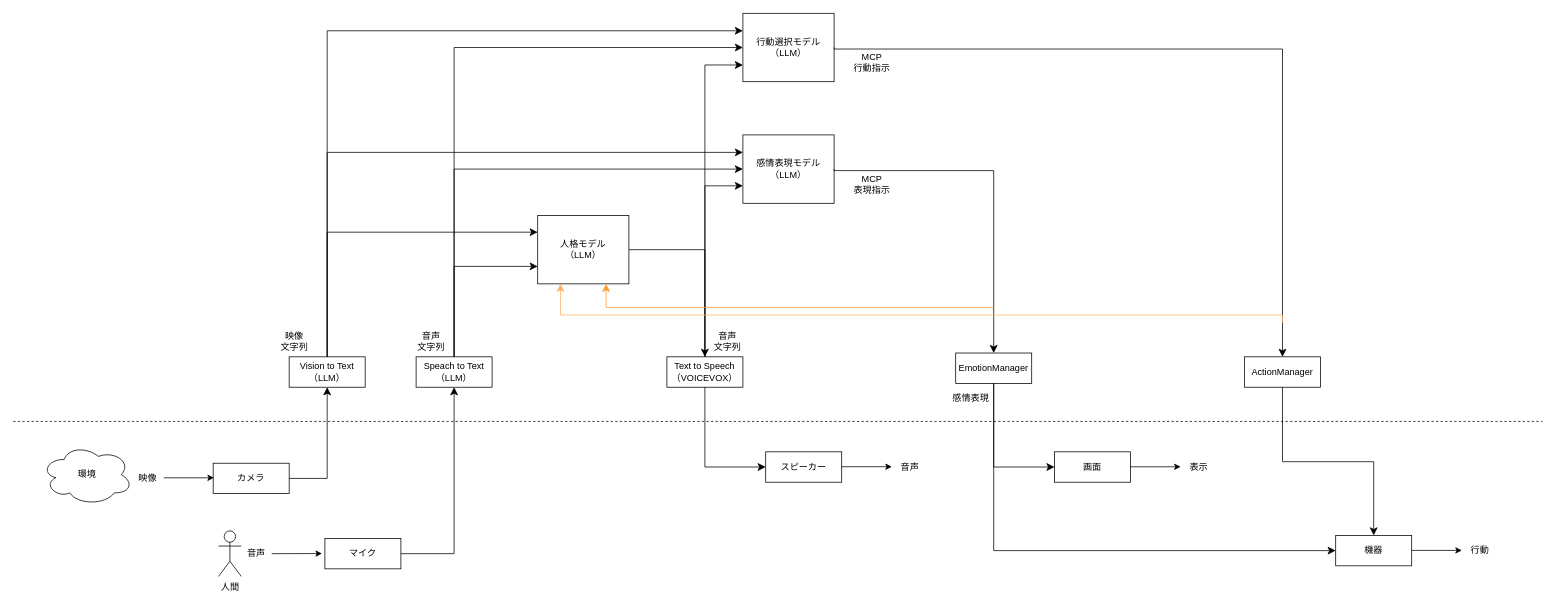
CodeneAria/PersonalityEmulator keeps this draw.io diagram as page "目標" (1 of 2) of document/system/architecture.drawio. Above is the earlier version. Source tidied: cells renumbered, new cells numbered last; positions are measured from the earlier drawing's top-left corner, leaving out a move shared by most shapes. Both pictures are drawn from the tidied source at 76%, with x=0, y=0 at pixel (13, 13).
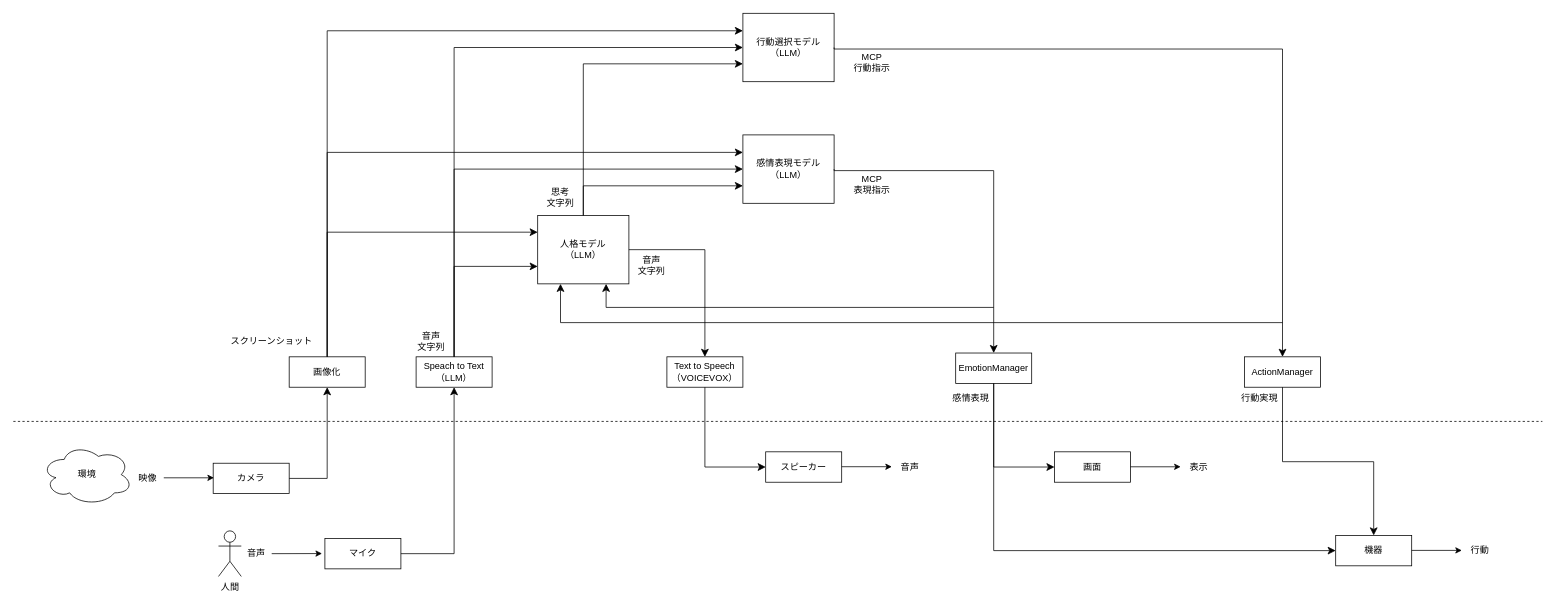
Above is the later version.

Commit message:
Implement feature X to enhance user experience and optimize performance

Unchanged cells that the change refers to:
```xml
<mxCell id="2" value="人格モデル&lt;div&gt;（LLM）&lt;/div&gt;" style="rounded=0;whiteSpace=wrap;html=1;" parent="1" vertex="1">
  <mxGeometry x="690" y="266" width="120" height="90" as="geometry" />
</mxCell>
<mxCell id="13" value="Text to Speech&lt;div&gt;（VOICEVOX）&lt;/div&gt;" style="rounded=0;whiteSpace=wrap;html=1;" parent="1" vertex="1">
  <mxGeometry x="860" y="452" width="100" height="40" as="geometry" />
</mxCell>
<mxCell id="19" value="感情表現モデル&lt;div&gt;（LLM）&lt;/div&gt;" style="rounded=0;whiteSpace=wrap;html=1;" parent="1" vertex="1">
  <mxGeometry x="960" y="160" width="120" height="90" as="geometry" />
</mxCell>
<mxCell id="36" value="行動選択モデル&lt;div&gt;（LLM）&lt;/div&gt;" style="rounded=0;whiteSpace=wrap;html=1;" parent="1" vertex="1">
  <mxGeometry x="960" width="120" height="90" as="geometry" />
</mxCell>
```

Diff of the diagram source:
```diff
@@
     <mxCell id="11" style="edgeStyle=elbowEdgeStyle;elbow=vertical;endArrow=classic;html=1;curved=0;rounded=0;endSize=8;startSize=8;entryX=0.5;entryY=0;entryDx=0;entryDy=0;exitX=1;exitY=0.5;exitDx=0;exitDy=0;" parent="1" edge="1" source="2" target="13">
       <mxGeometry relative="1" as="geometry">
         <Array as="points">
-          <mxPoint x="890" y="311" />
+          <mxPoint x="860" y="311" />
         </Array>
       </mxGeometry>
     </mxCell>
@@
     <mxCell id="14" value="音声&lt;div&gt;文字列&lt;/div&gt;" style="text;html=1;align=center;verticalAlign=middle;whiteSpace=wrap;rounded=0;" parent="1" vertex="1">
-      <mxGeometry x="910" y="417" width="60" height="30" as="geometry" />
+      <mxGeometry x="810" y="317" width="60" height="30" as="geometry" />
     </mxCell>
@@
-    <mxCell id="21" style="edgeStyle=elbowEdgeStyle;elbow=vertical;endArrow=classic;html=1;curved=0;rounded=0;endSize=8;startSize=8;entryX=0;entryY=0.75;entryDx=0;entryDy=0;exitX=0.5;exitY=0;exitDx=0;exitDy=0;" parent="1" edge="1" source="13" target="19">
+    <mxCell id="21" style="edgeStyle=elbowEdgeStyle;elbow=vertical;endArrow=classic;html=1;curved=0;rounded=0;endSize=8;startSize=8;entryX=0;entryY=0.75;entryDx=0;entryDy=0;exitX=0.5;exitY=0;exitDx=0;exitDy=0;" parent="1" edge="1" source="2" target="19">
       <mxGeometry relative="1" as="geometry">
         <Array as="points">
           <mxPoint x="920" y="227" />
         </Array>
       </mxGeometry>
     </mxCell>
@@
-    <mxCell id="37" style="edgeStyle=elbowEdgeStyle;elbow=vertical;endArrow=classic;html=1;curved=0;rounded=0;endSize=8;startSize=8;entryX=0;entryY=0.75;entryDx=0;entryDy=0;exitX=0.5;exitY=0;exitDx=0;exitDy=0;" parent="1" edge="1" source="13" target="36">
+    <mxCell id="37" style="edgeStyle=elbowEdgeStyle;elbow=vertical;endArrow=classic;html=1;curved=0;rounded=0;endSize=8;startSize=8;entryX=0;entryY=0.75;entryDx=0;entryDy=0;exitX=0.5;exitY=0;exitDx=0;exitDy=0;" parent="1" edge="1" source="2">
       <mxGeometry relative="1" as="geometry">
+        <mxPoint x="960" y="66" as="targetPoint" />
         <Array as="points">
-          <mxPoint x="940" y="68" />
+          <mxPoint x="940" y="66.5" />
         </Array>
       </mxGeometry>
     </mxCell>
@@
-    <mxCell id="44" value="Vision to Text&lt;div&gt;（LLM）&lt;/div&gt;" style="rounded=0;whiteSpace=wrap;html=1;" parent="1" vertex="1">
+    <mxCell id="44" value="画像化" style="rounded=0;whiteSpace=wrap;html=1;" parent="1" vertex="1">
       <mxGeometry x="363" y="452" width="100" height="40" as="geometry" />
     </mxCell>
@@
-    <mxCell id="47" value="映像&lt;div&gt;文字列&lt;/div&gt;" style="text;html=1;align=center;verticalAlign=middle;whiteSpace=wrap;rounded=0;" parent="1" vertex="1">
-      <mxGeometry x="340" y="417" width="60" height="30" as="geometry" />
+    <mxCell id="47" value="スクリーンショット" style="text;html=1;align=center;verticalAlign=middle;whiteSpace=wrap;rounded=0;" parent="1" vertex="1">
+      <mxGeometry x="270" y="417" width="140" height="30" as="geometry" />
     </mxCell>
@@
-    <mxCell id="52" style="edgeStyle=elbowEdgeStyle;elbow=vertical;endArrow=classic;html=1;curved=0;rounded=0;endSize=8;startSize=8;entryX=0.75;entryY=1;entryDx=0;entryDy=0;strokeColor=#FF9933;" parent="1" edge="1" target="2">
+    <mxCell id="52" style="edgeStyle=elbowEdgeStyle;elbow=vertical;endArrow=classic;html=1;curved=0;rounded=0;endSize=8;startSize=8;entryX=0.75;entryY=1;entryDx=0;entryDy=0;strokeColor=#000000;" parent="1" edge="1" target="2">
       <mxGeometry relative="1" as="geometry">
         <mxPoint x="1290" y="387" as="sourcePoint" />
         <Array as="points">
           <mxPoint x="1010" y="387" />
         </Array>
       </mxGeometry>
     </mxCell>
-    <mxCell id="53" style="edgeStyle=elbowEdgeStyle;elbow=vertical;endArrow=classic;html=1;curved=0;rounded=0;endSize=8;startSize=8;entryX=0.25;entryY=1;entryDx=0;entryDy=0;strokeColor=#FFB366;" parent="1" edge="1" target="2">
+    <mxCell id="53" style="edgeStyle=elbowEdgeStyle;elbow=vertical;endArrow=classic;html=1;curved=0;rounded=0;endSize=8;startSize=8;entryX=0.25;entryY=1;entryDx=0;entryDy=0;strokeColor=#000000;" parent="1" edge="1" target="2">
       <mxGeometry relative="1" as="geometry">
         <mxPoint x="1670" y="407" as="sourcePoint" />
         <Array as="points">
-          <mxPoint x="1020" y="397" />
+          <mxPoint x="1200" y="407" />
         </Array>
       </mxGeometry>
     </mxCell>
+    <mxCell id="54" value="思考&lt;div&gt;文字列&lt;/div&gt;" style="text;html=1;align=center;verticalAlign=middle;whiteSpace=wrap;rounded=0;" parent="1" vertex="1">
+      <mxGeometry x="690" y="227" width="60" height="30" as="geometry" />
+    </mxCell>
+    <mxCell id="55" value="行動実現" style="text;html=1;align=center;verticalAlign=middle;whiteSpace=wrap;rounded=0;" parent="1" vertex="1">
+      <mxGeometry x="1610" y="492" width="60" height="30" as="geometry" />
+    </mxCell>
```
